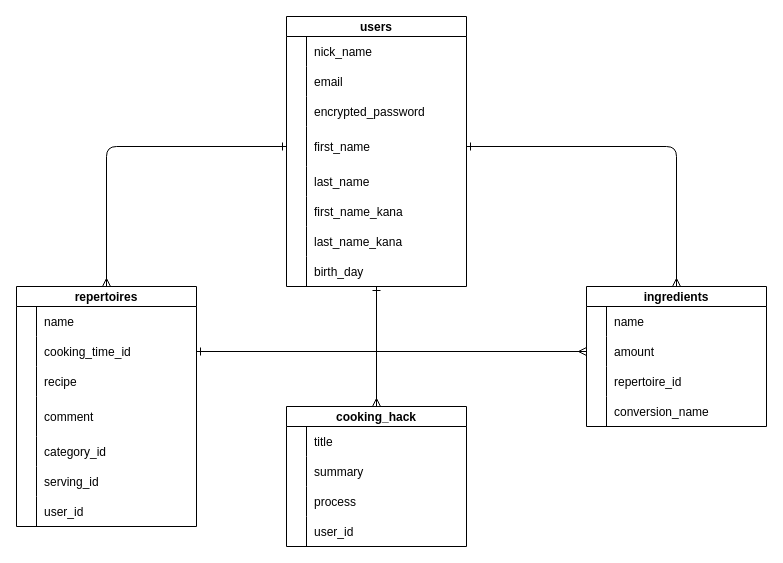
t-akuya/cookhack keeps this draw.io diagram as ER図.dio. Above is the earlier version. Source tidied: cells renumbered, new cells numbered last; positions are measured from the earlier drawing's top-left corner, leaving out a move shared by most shapes. Both pictures are drawn from the tidied source at 100%, with x=0, y=0 at pixel (16, 16).
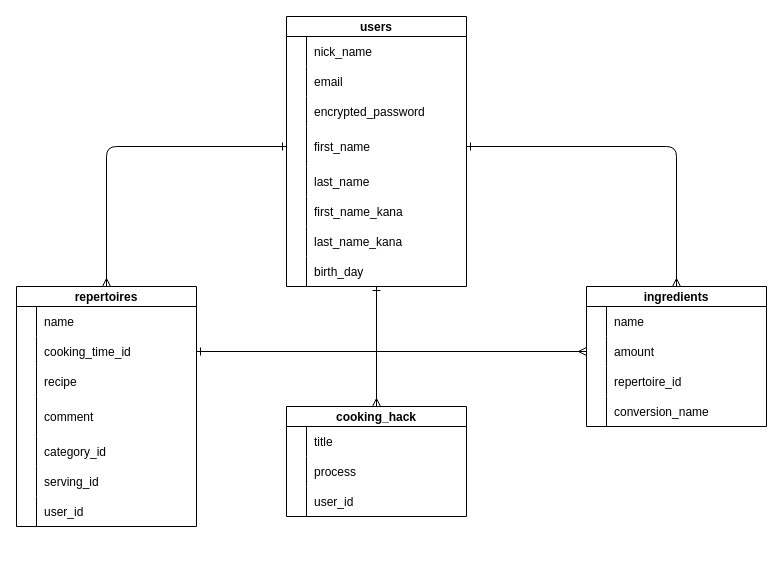
The same diagram, later.

Commit message (it also covers changes not shown here):
DB設計時のcooking_hackカラム変更

①titleとsummaryで内容が重複している為
②processでは内容が分かりづらい為

The edit, as a diff of the source:
```diff
@@
     <mxCell id="50" value="cooking_hack" style="shape=table;startSize=20;childLayout=tableLayout;rowLines=0;fontStyle=1;align=center;" parent="1" vertex="1">
-      <mxGeometry x="270" y="390" width="180" height="140" as="geometry" />
+      <mxGeometry x="270" y="390" width="180" height="110" as="geometry" />
     </mxCell>
@@
-    <mxCell id="54" style="shape=partialRectangle;fillColor=none;top=0;left=0;bottom=0;right=0;" parent="50" vertex="1">
-      <mxGeometry y="50" width="180" height="30" as="geometry" />
-    </mxCell>
-    <mxCell id="55" style="shape=partialRectangle;fillColor=none;top=0;left=0;bottom=0;right=0;overflow=hidden;" parent="54" vertex="1">
-      <mxGeometry width="20" height="30" as="geometry" />
-    </mxCell>
-    <mxCell id="56" value="summary" style="shape=partialRectangle;fillColor=none;top=0;left=0;bottom=0;right=0;align=left;spacingLeft=6;overflow=hidden;" parent="54" vertex="1">
-      <mxGeometry x="20" width="160" height="30" as="geometry" />
-    </mxCell>
     <mxCell id="57" style="shape=partialRectangle;fillColor=none;top=0;left=0;bottom=0;right=0;" parent="50" vertex="1">
-      <mxGeometry y="80" width="180" height="30" as="geometry" />
+      <mxGeometry y="50" width="180" height="30" as="geometry" />
     </mxCell>
@@
     <mxCell id="60" style="shape=partialRectangle;fillColor=none;top=0;left=0;bottom=0;right=0;" parent="50" vertex="1">
-      <mxGeometry y="110" width="180" height="30" as="geometry" />
+      <mxGeometry y="80" width="180" height="30" as="geometry" />
     </mxCell>
```
